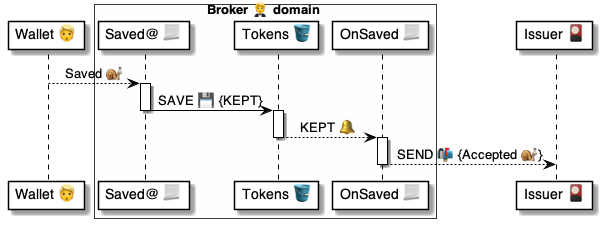
Above: 4 ⚙️ Solution/20 🧑‍🦰 UI/Brokers 🤵/🤵🪣 Broker tables/Tokens 🎫 table/🪣🔔 on Rejected/🤵 OnTokenRejected ⚙️ uml.png in pollyweb-org/pollyweb-docs (PlantUML), before the change. Its source is kept beside it as 4 ⚙️ Solution/20 🧑‍🦰 UI/Brokers 🤵/🤵🪣 Broker tables/Tokens 🎫 table/🪣🔔 on Rejected/🤵 OnTokenRejected ⚙️ uml.puml. Its diagram source:
```plantuml
@startuml OnTokenRejected

participant "Wallet 👱" as wallet

box Broker 🤵 domain #FFFFFA
    participant "Saved@ 📃" as script
    participant "Tokens 🪣" as tokens
    participant "OnSaved 📃" as change
end box

participant "Issuer 🎴" as issuer

wallet --> script: Saved 🐌

activate script
    script -> tokens: SAVE 💾 {KEPT}
deactivate script

activate tokens
    tokens --> change: KEPT 🔔
deactivate tokens

activate change
    change --> issuer: SEND 📬 {Accepted 🐌}
deactivate change

@enduml
```
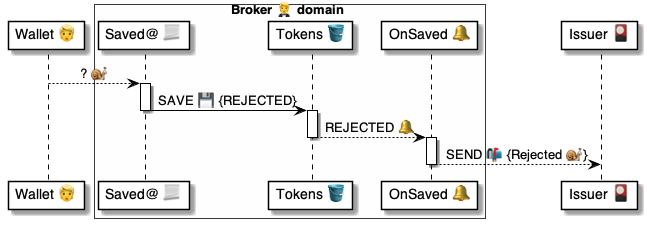
The same file after the commit.

Diff of the diagram source:
```diff
@@ -5,23 +5,23 @@
 box Broker 🤵 domain #FFFFFA
     participant "Saved@ 📃" as script
     participant "Tokens 🪣" as tokens
-    participant "OnSaved 📃" as change
+    participant "OnSaved 🔔" as change
 end box
 
 participant "Issuer 🎴" as issuer
 
-wallet --> script: Saved 🐌
+wallet --> script: ? 🐌
 
 activate script
-    script -> tokens: SAVE 💾 {KEPT}
+    script -> tokens: SAVE 💾 {REJECTED}
 deactivate script
 
 activate tokens
-    tokens --> change: KEPT 🔔
+    tokens --> change: REJECTED 🔔
 deactivate tokens
 
 activate change
-    change --> issuer: SEND 📬 {Accepted 🐌}
+    change --> issuer: SEND 📬 {Rejected 🐌}
 deactivate change
 
 @enduml
```
